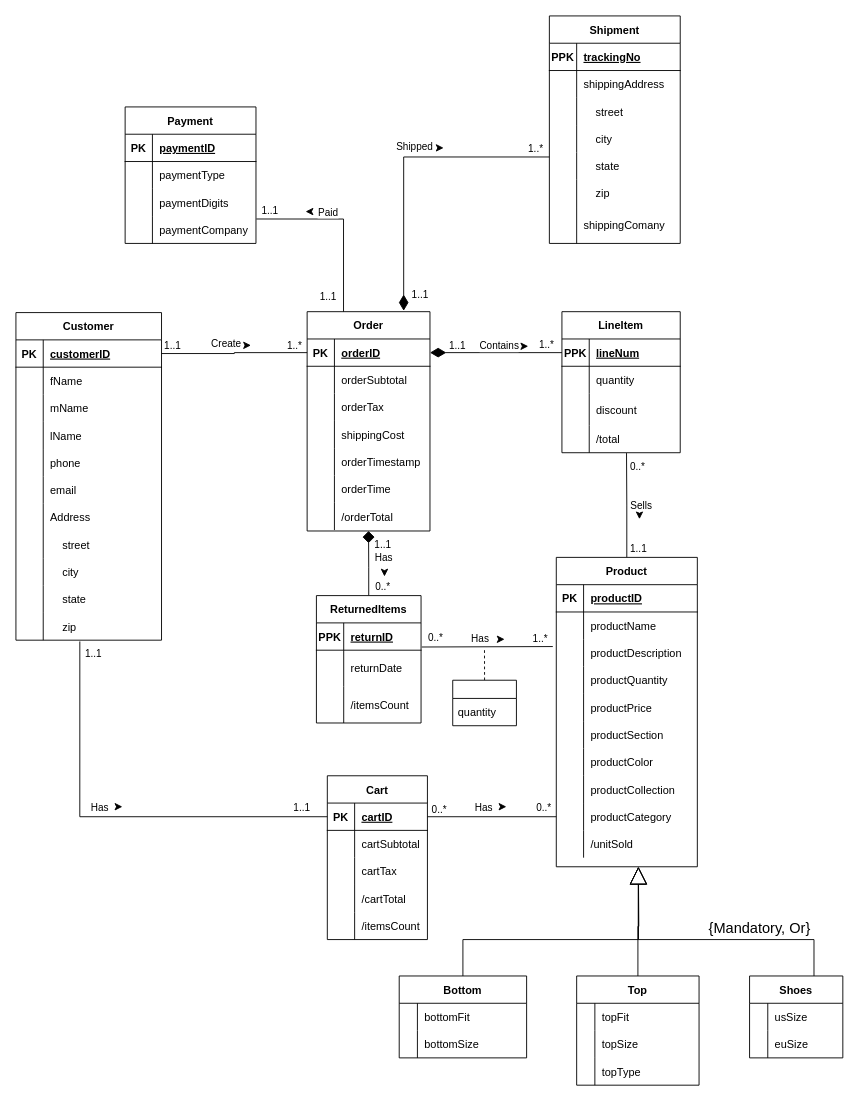
Before: ERD/test.drawio in avivfaraj/INFO605-Project, a draw.io diagram. Source tidied: cells renumbered, new cells numbered last; positions are measured from the earlier drawing's top-left corner, leaving out a move shared by most shapes. Both pictures are drawn from the tidied source at 91%, with x=0, y=0 at pixel (15, 15).
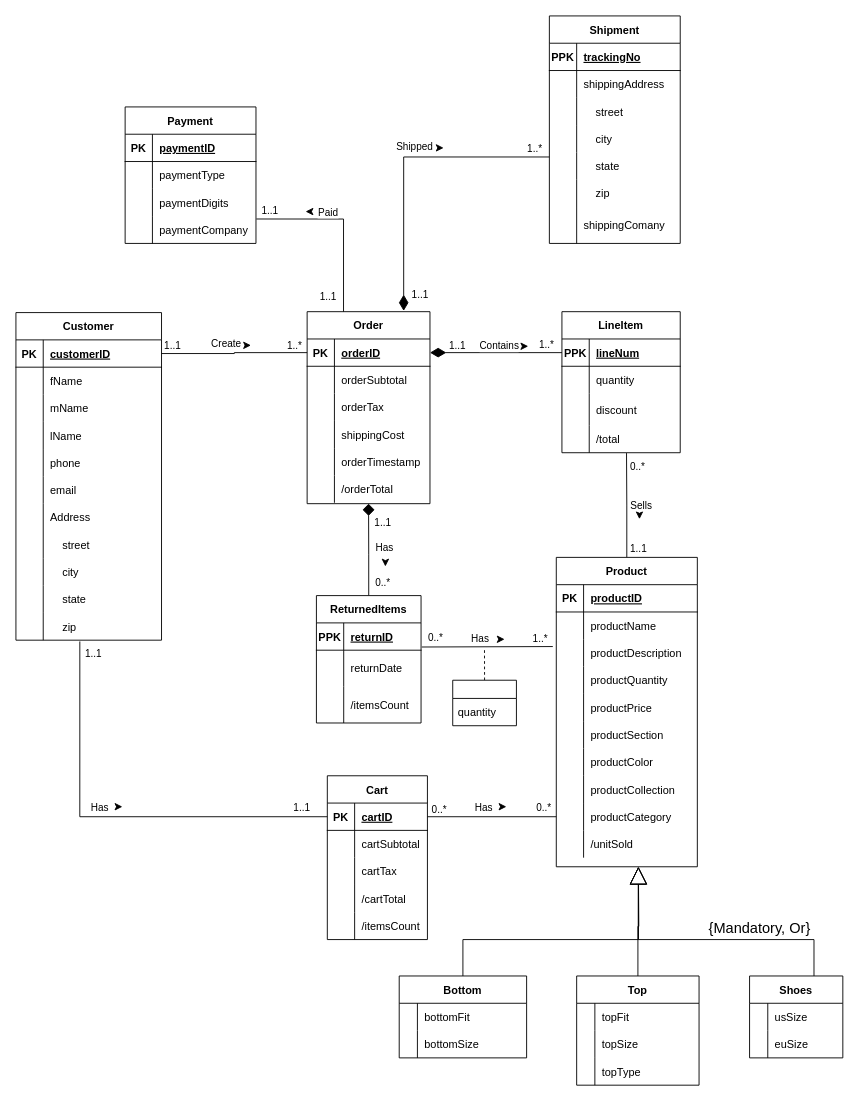
The same diagram, later.

Commit message:
deleted orderTime from Orders

The edit, as a diff of the source:
```diff
@@
     <mxCell id="100" value="Order" style="shape=table;startSize=30;childLayout=tableLayout;rowLines=0;fontStyle=1;align=center;" parent="1" vertex="1">
-      <mxGeometry x="320" y="325" width="135" height="241" as="geometry" />
+      <mxGeometry x="320" y="325" width="135" height="211" as="geometry" />
     </mxCell>
@@
-    <mxCell id="116" style="shape=tableRow;horizontal=0;startSize=0;swimlaneHead=0;swimlaneBody=0;fillColor=none;top=0;left=0;right=0;bottom=0;" parent="100" vertex="1">
-      <mxGeometry y="180" width="135" height="30" as="geometry" />
-    </mxCell>
-    <mxCell id="117" style="shape=partialRectangle;fillColor=none;top=0;left=0;bottom=0;right=0;overflow=hidden;" parent="116" vertex="1">
-      <mxGeometry width="30" height="30" as="geometry" />
-    </mxCell>
-    <mxCell id="118" value="orderTime" style="shape=partialRectangle;fillColor=none;top=0;left=0;bottom=0;right=0;align=left;spacingLeft=6;overflow=hidden;" parent="116" vertex="1">
-      <mxGeometry x="30" width="105" height="30" as="geometry" />
-    </mxCell>
     <mxCell id="119" style="shape=tableRow;horizontal=0;startSize=0;swimlaneHead=0;swimlaneBody=0;fillColor=none;top=0;left=0;right=0;bottom=0;" parent="100" vertex="1">
-      <mxGeometry y="210" width="135" height="30" as="geometry" />
+      <mxGeometry y="180" width="135" height="30" as="geometry" />
     </mxCell>
@@
     <mxCell id="237" style="endArrow=classic;html=1;rounded=0;" parent="1" edge="1">
       <mxGeometry relative="1" as="geometry">
-        <mxPoint x="405" y="610" as="sourcePoint" />
-        <mxPoint x="405" y="616" as="targetPoint" />
+        <mxPoint x="406" y="599" as="sourcePoint" />
+        <mxPoint x="406" y="605" as="targetPoint" />
       </mxGeometry>
     </mxCell>
```
